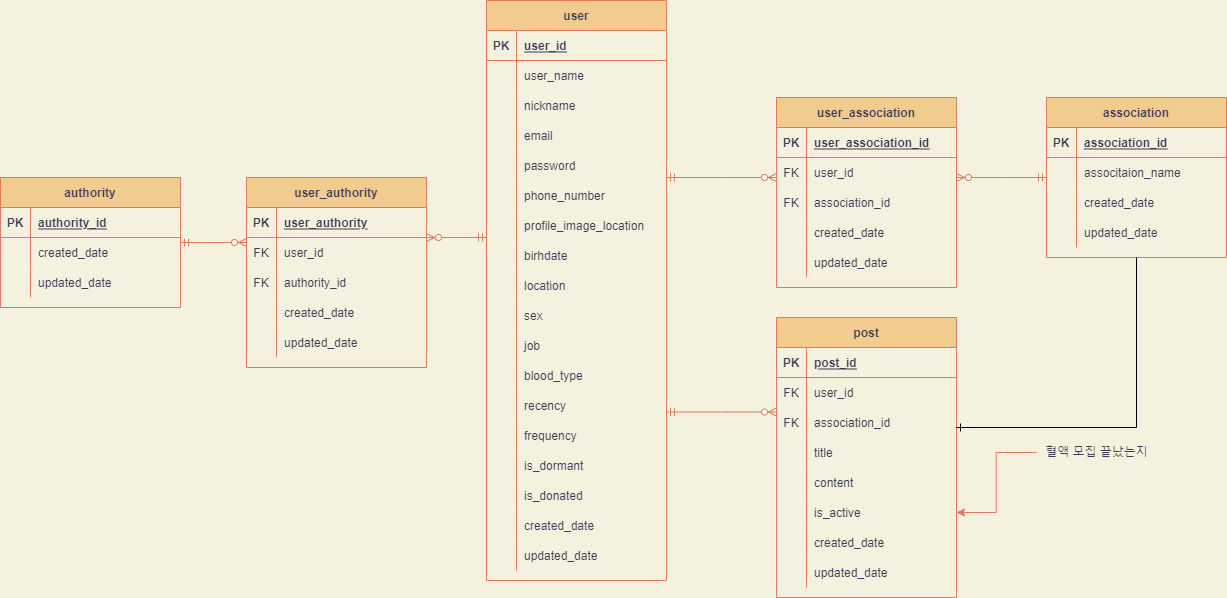
This is Untitled Diagram.drawio.png from CYC0227/lab, a draw.io export, as it was before one commit. Source tidied: cells renumbered, new cells last; positions are measured from the earlier drawing's top-left corner, leaving out a move shared by most shapes.
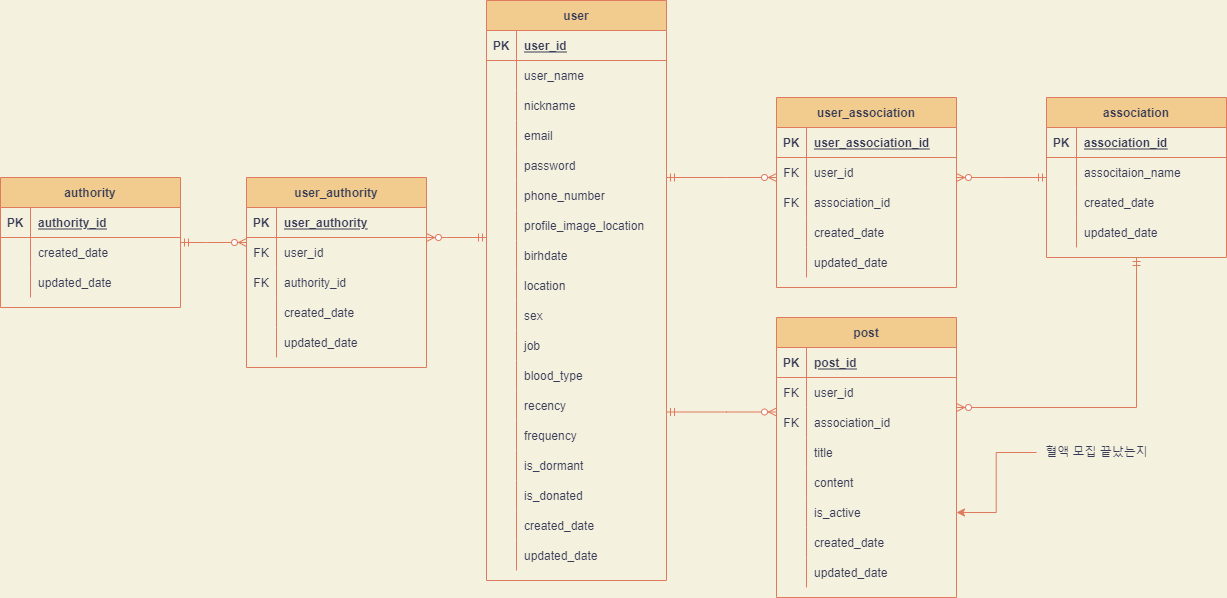
Above is the later version.

Diff of the diagram source:
```diff
@@ -457,12 +457,10 @@
         </Array>
       </mxGeometry>
     </mxCell>
-    <mxCell id="144" style="edgeStyle=elbowEdgeStyle;fontSize=12;html=1;endArrow=ERone;endFill=1;rounded=0;elbow=vertical;" parent="1" edge="1" source="57" target="88">
+    <mxCell id="144" style="edgeStyle=elbowEdgeStyle;fontSize=12;html=1;endArrow=ERzeroToMany;startArrow=ERmandOne;rounded=0;strokeColor=#E07A5F;fontColor=#393C56;labelBackgroundColor=#F4F1DE;" parent="1" edge="1" source="57" target="88">
       <mxGeometry relative="1" as="geometry">
         <Array as="points">
-          <mxPoint x="1136" y="427" />
-          <mxPoint x="1066" y="407" />
-          <mxPoint x="1146" y="377" />
+          <mxPoint x="1136" y="407" />
         </Array>
       </mxGeometry>
     </mxCell>
```
